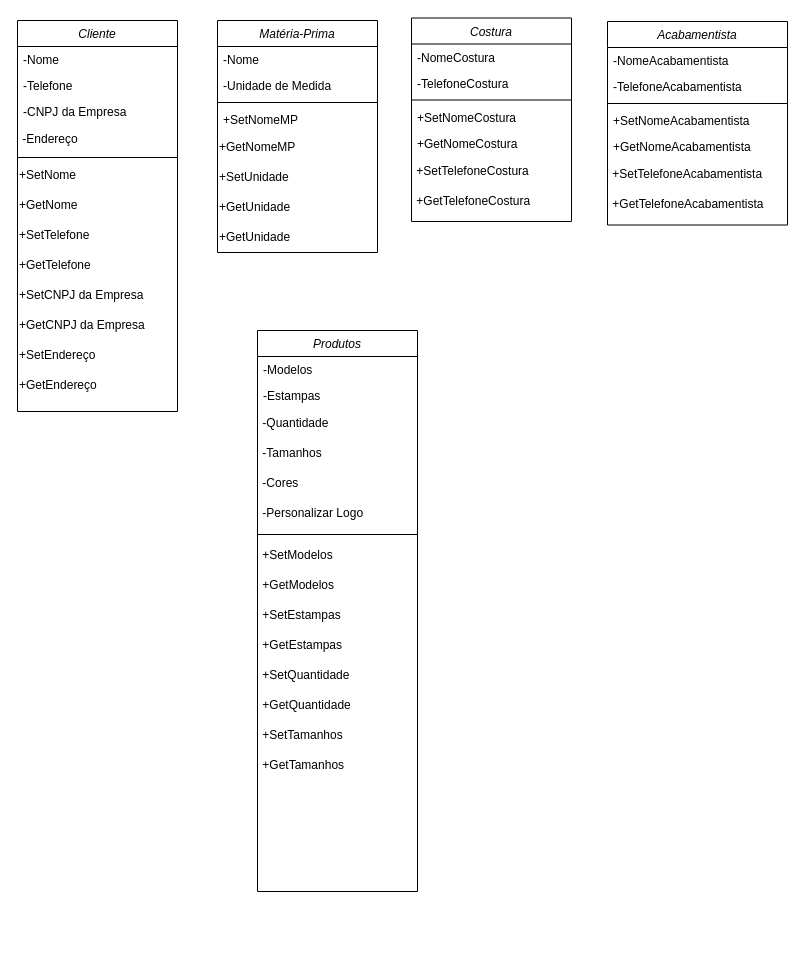
Before: diagrama de classes/classe.drawio in pamelinha07/Trolls, a draw.io diagram. Source tidied: cells renumbered, new cells numbered last; positions are measured from the earlier drawing's top-left corner, leaving out a move shared by most shapes. Both pictures are drawn from the tidied source at 100%, with x=0, y=0 at pixel (17, 17).
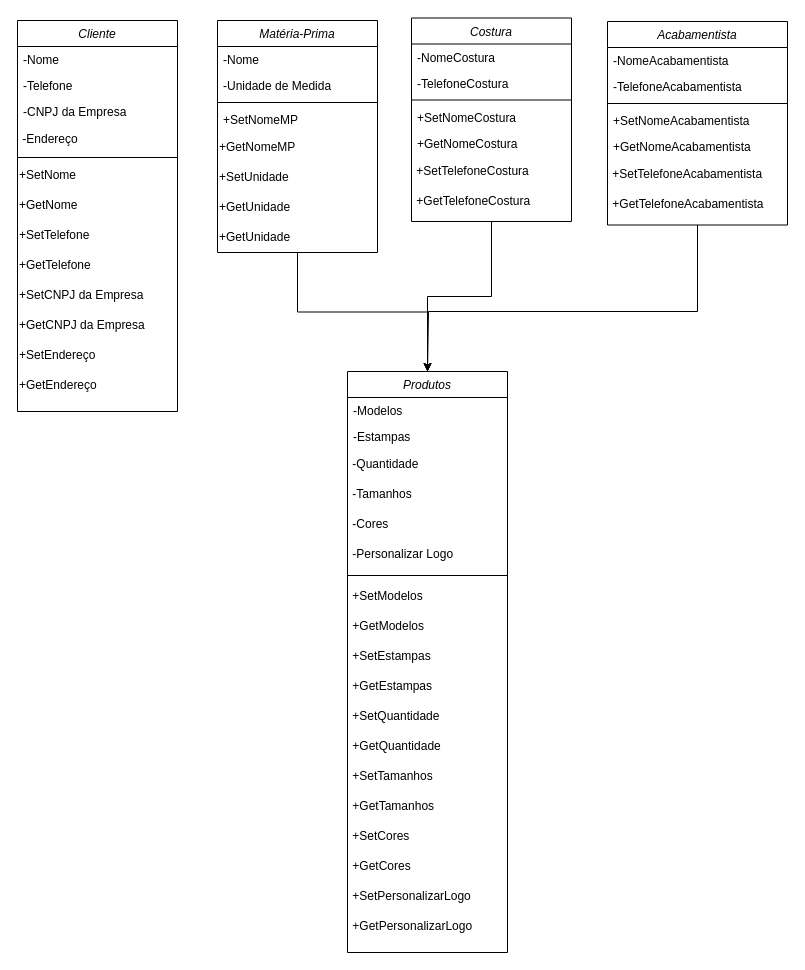
The same page after the edit.

The change refers to these unchanged cells:
```xml
<mxCell id="16" value="Matéria-Prima" style="swimlane;fontStyle=2;align=center;verticalAlign=top;horizontal=1;startSize=26;rounded=0;shadow=0;strokeWidth=1;" parent="1" vertex="1">
  <mxGeometry x="200" y="3" width="160" height="232" as="geometry" />
</mxCell>
<mxCell id="25" value="Costura" style="swimlane;fontStyle=2;align=center;verticalAlign=top;horizontal=1;startSize=26;rounded=0;shadow=0;strokeWidth=1;" parent="1" vertex="1">
  <mxGeometry x="394" y="0.5" width="160" height="203.5" as="geometry" />
</mxCell>
<mxCell id="33" value="Acabamentista" style="swimlane;fontStyle=2;align=center;verticalAlign=top;horizontal=1;startSize=26;rounded=0;shadow=0;strokeWidth=1;" parent="1" vertex="1">
  <mxGeometry x="590" y="4" width="180" height="203.5" as="geometry" />
</mxCell>
```

Change to the diagram source:
```diff
@@
+    <mxCell id="57" style="edgeStyle=orthogonalEdgeStyle;rounded=0;jettySize=auto;html=1;entryX=0.5;entryY=0;entryDx=0;entryDy=0;" parent="1" edge="1" source="16" target="41">
+      <mxGeometry relative="1" as="geometry" />
+    </mxCell>
@@
+    <mxCell id="58" style="edgeStyle=orthogonalEdgeStyle;rounded=0;jettySize=auto;html=1;entryX=0.5;entryY=0;entryDx=0;entryDy=0;" parent="1" edge="1" source="25" target="41">
+      <mxGeometry relative="1" as="geometry" />
+    </mxCell>
@@
+    <mxCell id="59" style="edgeStyle=orthogonalEdgeStyle;rounded=0;jettySize=auto;html=1;" parent="1" edge="1" source="33">
+      <mxGeometry relative="1" as="geometry">
+        <mxPoint x="410" y="354" as="targetPoint" />
+        <Array as="points">
+          <mxPoint x="680" y="294" />
+          <mxPoint x="411" y="294" />
+        </Array>
+      </mxGeometry>
+    </mxCell>
@@
     <mxCell id="41" value="Produtos" style="swimlane;fontStyle=2;align=center;verticalAlign=top;horizontal=1;startSize=26;rounded=0;shadow=0;strokeWidth=1;" parent="1" vertex="1">
-      <mxGeometry x="240" y="313" width="160" height="561" as="geometry" />
+      <mxGeometry x="330" y="354" width="160" height="581" as="geometry" />
     </mxCell>
@@
+    <mxCell id="60" value="&amp;nbsp;+SetCores" style="text;html=1;align=left;verticalAlign=middle;strokeColor=none;fillColor=none;" parent="41" vertex="1">
+      <mxGeometry y="450" width="160" height="30" as="geometry" />
+    </mxCell>
+    <mxCell id="61" value="&amp;nbsp;+GetCores" style="text;html=1;align=left;verticalAlign=middle;strokeColor=none;fillColor=none;" parent="41" vertex="1">
+      <mxGeometry y="480" width="160" height="30" as="geometry" />
+    </mxCell>
+    <mxCell id="62" value="&amp;nbsp;+SetPersonalizarLogo" style="text;html=1;align=left;verticalAlign=middle;strokeColor=none;fillColor=none;" parent="41" vertex="1">
+      <mxGeometry y="510" width="160" height="30" as="geometry" />
+    </mxCell>
+    <mxCell id="63" value="&amp;nbsp;+GetPersonalizarLogo" style="text;html=1;align=left;verticalAlign=middle;strokeColor=none;fillColor=none;" parent="41" vertex="1">
+      <mxGeometry y="540" width="160" height="30" as="geometry" />
+    </mxCell>
```
